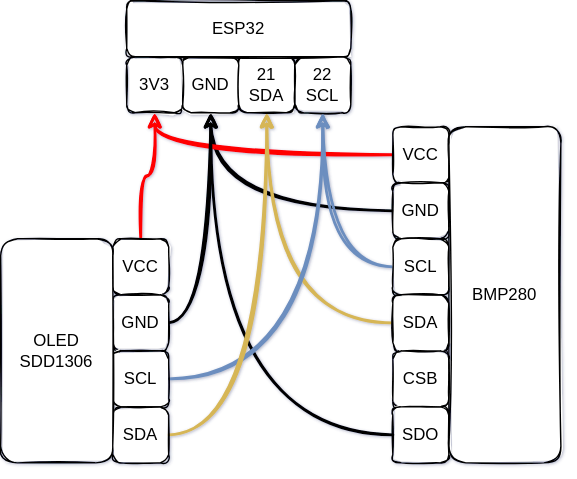
Earlier version of the draw.io export docs/esp32.drawio.svg (flavioti/vario). Source tidied: cells renumbered, new cells last; positions are measured from the earlier drawing's top-left corner, leaving out a move shared by most shapes.
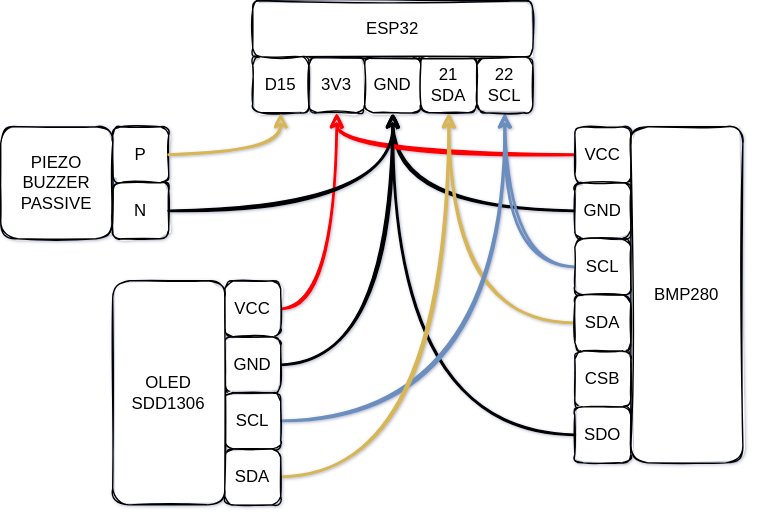
Above is the later version.

Diff of the diagram source:
```diff
@@ -2,24 +2,6 @@
   <root>
     <mxCell id="0" />
     <mxCell id="1" parent="0" />
-    <mxCell id="2" style="group;rounded=1;sketch=1;" parent="1" vertex="1">
-      <mxGeometry x="90" width="160" height="80" as="geometry" />
-    </mxCell>
-    <mxCell id="3" value="3V3" style="whiteSpace=wrap;html=1;rounded=1;sketch=1;" parent="2" vertex="1">
-      <mxGeometry y="40" width="40" height="40" as="geometry" />
-    </mxCell>
-    <mxCell id="4" value="GND" style="whiteSpace=wrap;html=1;rounded=1;sketch=1;" parent="2" vertex="1">
-      <mxGeometry x="40" y="40" width="40" height="40" as="geometry" />
-    </mxCell>
-    <mxCell id="5" value="21&lt;br&gt;SDA" style="whiteSpace=wrap;html=1;rounded=1;sketch=1;" parent="2" vertex="1">
-      <mxGeometry x="80" y="40" width="40" height="40" as="geometry" />
-    </mxCell>
-    <mxCell id="6" value="22&lt;br&gt;SCL" style="whiteSpace=wrap;html=1;rounded=1;sketch=1;" parent="2" vertex="1">
-      <mxGeometry x="120" y="40" width="40" height="40" as="geometry" />
-    </mxCell>
-    <mxCell id="7" value="ESP32" style="whiteSpace=wrap;html=1;rounded=1;sketch=1;" parent="2" vertex="1">
-      <mxGeometry width="160" height="40" as="geometry" />
-    </mxCell>
     <mxCell id="8" style="edgeStyle=orthogonalEdgeStyle;jettySize=auto;html=1;strokeWidth=2;curved=1;sketch=1;" parent="1" edge="1" source="25" target="4">
       <mxGeometry relative="1" as="geometry" />
     </mxCell>
@@ -48,7 +30,7 @@
       <mxGeometry relative="1" as="geometry" />
     </mxCell>
     <mxCell id="17" style="group;rounded=1;sketch=1;" parent="1" vertex="1">
-      <mxGeometry y="170" width="120" height="160" as="geometry" />
+      <mxGeometry x="-50" y="200" width="120" height="160" as="geometry" />
     </mxCell>
     <mxCell id="18" value="VCC" style="whiteSpace=wrap;html=1;rounded=1;sketch=1;" parent="17" vertex="1">
       <mxGeometry x="80" width="40" height="40" as="geometry" />
@@ -89,5 +71,44 @@
     <mxCell id="30" value="BMP280" style="whiteSpace=wrap;html=1;rounded=1;sketch=1;" parent="23" vertex="1">
       <mxGeometry x="40" width="80" height="240" as="geometry" />
     </mxCell>
+    <mxCell id="31" style="group;" parent="1" vertex="1">
+      <mxGeometry x="-130" y="90" width="120" height="80" as="geometry" />
+    </mxCell>
+    <mxCell id="32" value="P" style="whiteSpace=wrap;html=1;rounded=1;sketch=1;" parent="31" vertex="1">
+      <mxGeometry x="80" width="40" height="40" as="geometry" />
+    </mxCell>
+    <mxCell id="33" value="N" style="whiteSpace=wrap;html=1;rounded=1;sketch=1;" parent="31" vertex="1">
+      <mxGeometry x="80" y="40" width="40" height="40" as="geometry" />
+    </mxCell>
+    <mxCell id="34" value="PIEZO BUZZER PASSIVE" style="whiteSpace=wrap;html=1;rounded=1;sketch=1;" parent="31" vertex="1">
+      <mxGeometry width="80" height="80" as="geometry" />
+    </mxCell>
+    <mxCell id="35" style="edgeStyle=orthogonalEdgeStyle;jettySize=auto;html=1;strokeWidth=2;curved=1;sketch=1;" parent="1" edge="1" source="33" target="4">
+      <mxGeometry relative="1" as="geometry" />
+    </mxCell>
+    <mxCell id="36" style="group;" parent="1" vertex="1">
+      <mxGeometry x="50" width="200" height="80" as="geometry" />
+    </mxCell>
+    <mxCell id="3" value="3V3" style="whiteSpace=wrap;html=1;rounded=1;sketch=1;" parent="36" vertex="1">
+      <mxGeometry x="40" y="40" width="40" height="40" as="geometry" />
+    </mxCell>
+    <mxCell id="4" value="GND" style="whiteSpace=wrap;html=1;rounded=1;sketch=1;" parent="36" vertex="1">
+      <mxGeometry x="80" y="40" width="40" height="40" as="geometry" />
+    </mxCell>
+    <mxCell id="5" value="21&lt;br&gt;SDA" style="whiteSpace=wrap;html=1;rounded=1;sketch=1;" parent="36" vertex="1">
+      <mxGeometry x="120" y="40" width="40" height="40" as="geometry" />
+    </mxCell>
+    <mxCell id="6" value="22&lt;br&gt;SCL" style="whiteSpace=wrap;html=1;rounded=1;sketch=1;" parent="36" vertex="1">
+      <mxGeometry x="160" y="40" width="40" height="40" as="geometry" />
+    </mxCell>
+    <mxCell id="7" value="ESP32" style="whiteSpace=wrap;html=1;rounded=1;sketch=1;" parent="36" vertex="1">
+      <mxGeometry width="200" height="40" as="geometry" />
+    </mxCell>
+    <mxCell id="37" value="D15" style="whiteSpace=wrap;html=1;rounded=1;sketch=1;" parent="36" vertex="1">
+      <mxGeometry y="40" width="40" height="40" as="geometry" />
+    </mxCell>
+    <mxCell id="38" style="edgeStyle=orthogonalEdgeStyle;jettySize=auto;html=1;strokeWidth=2;curved=1;strokeColor=#D6B656;sketch=1;" parent="1" edge="1" source="32" target="37">
+      <mxGeometry relative="1" as="geometry" />
+    </mxCell>
   </root>
 </mxGraphModel>
```
